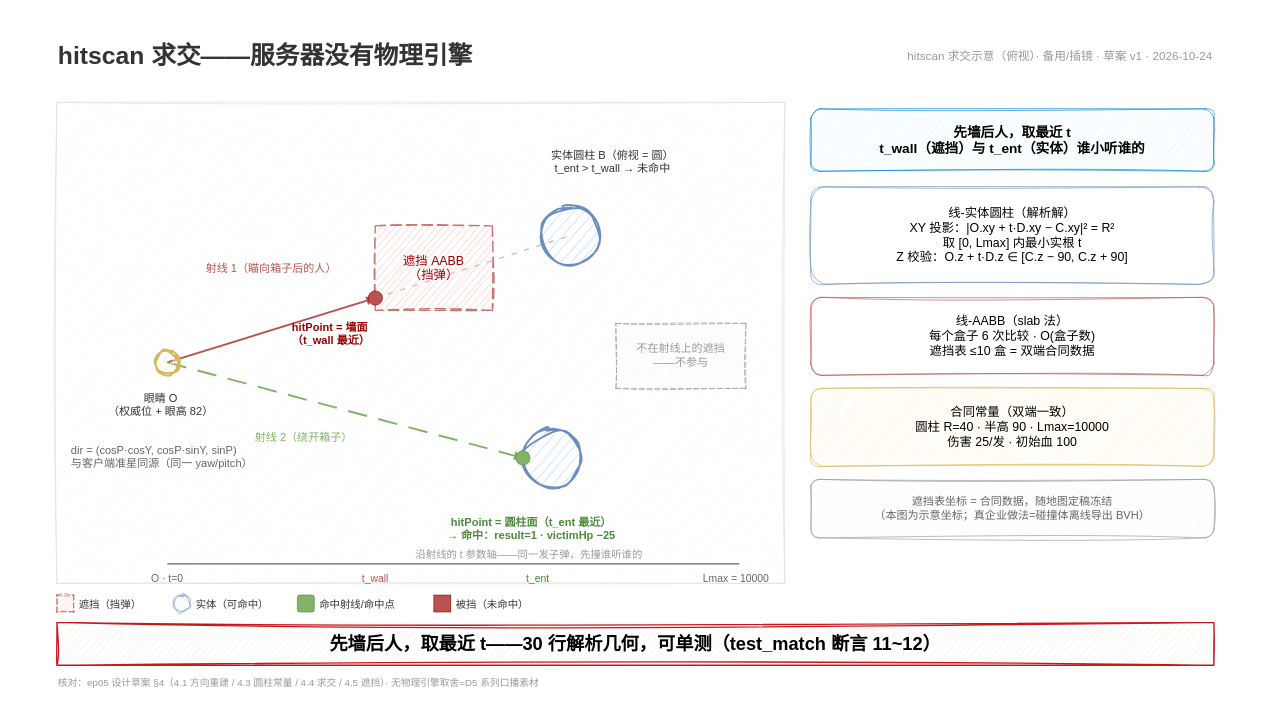
Earlier version of the draw.io diagram docs/episodes/ep05/hitscan_math.drawio (x-PiXiu/Sightline). Source tidied: cells renumbered, new cells numbered last; positions are measured from the earlier drawing's top-left corner, leaving out a move shared by most shapes. Both pictures are drawn from the tidied source at 65%, with x=0, y=0 at pixel (11, 11).
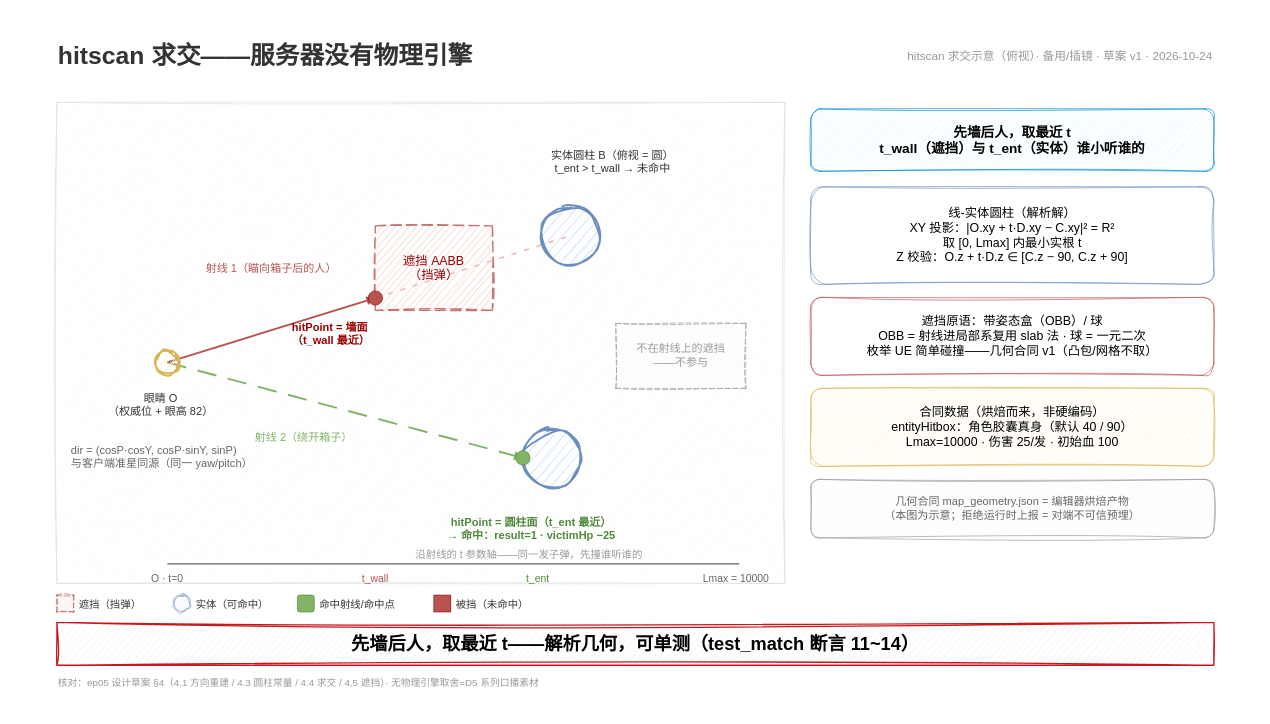
The same diagram, later.

Diff of the diagram source:
```diff
@@
-    <mxCell id="31" value="线-AABB（slab 法）&#10;每个盒子 6 次比较 · O(盒子数)&#10;遮挡表 ≤10 盒 = 双端合同数据" style="rounded=1;whiteSpace=wrap;fillColor=#ffffff;strokeColor=#b85450;fontSize=19;sketch=1;curveFitting=1;jiggle=2;" parent="1" vertex="1">
+    <mxCell id="31" value="遮挡原语：带姿态盒（OBB）/ 球&#10;OBB = 射线进局部系复用 slab 法 · 球 = 一元二次&#10;枚举 UE 简单碰撞——几何合同 v1（凸包/网格不取）" style="rounded=1;whiteSpace=wrap;fillColor=#ffffff;strokeColor=#b85450;fontSize=19;sketch=1;curveFitting=1;jiggle=2;" parent="1" vertex="1">
       <mxGeometry x="1230" y="440" width="620" height="120" as="geometry" />
     </mxCell>
-    <mxCell id="32" value="合同常量（双端一致）&#10;圆柱 R=40 · 半高 90 · Lmax=10000&#10;伤害 25/发 · 初始血 100" style="rounded=1;whiteSpace=wrap;fillColor=#fff2cc;strokeColor=#d6b656;fontSize=19;sketch=1;curveFitting=1;jiggle=2;" parent="1" vertex="1">
+    <mxCell id="32" value="合同数据（烘焙而来，非硬编码）&#10;entityHitbox：角色胶囊真身（默认 40 / 90）&#10;Lmax=10000 · 伤害 25/发 · 初始血 100" style="rounded=1;whiteSpace=wrap;fillColor=#fff2cc;strokeColor=#d6b656;fontSize=19;sketch=1;curveFitting=1;jiggle=2;" parent="1" vertex="1">
       <mxGeometry x="1230" y="580" width="620" height="120" as="geometry" />
     </mxCell>
-    <mxCell id="33" value="遮挡表坐标 = 合同数据，随地图定稿冻结&#10;（本图为示意坐标；真企业做法=碰撞体离线导出 BVH）" style="rounded=1;whiteSpace=wrap;fillColor=#f5f5f5;strokeColor=#999999;fontSize=17;fontColor=#666666;sketch=1;curveFitting=1;jiggle=2;" parent="1" vertex="1">
+    <mxCell id="33" value="几何合同 map_geometry.json = 编辑器烘焙产物&#10;（本图为示意；拒绝运行时上报 = 对端不可信预埋）" style="rounded=1;whiteSpace=wrap;fillColor=#f5f5f5;strokeColor=#999999;fontSize=17;fontColor=#666666;sketch=1;curveFitting=1;jiggle=2;" parent="1" vertex="1">
       <mxGeometry x="1230" y="720" width="620" height="90" as="geometry" />
     </mxCell>
@@
-    <mxCell id="42" value="先墙后人，取最近 t——30 行解析几何，可单测（test_match 断言 11~12）" style="rounded=0;whiteSpace=wrap;fillColor=#f7f4ee;strokeColor=#c8161d;strokeWidth=2;fontSize=28;fontStyle=1;align=center;spacing=10;sketch=1;curveFitting=1;jiggle=2;" parent="1" vertex="1">
+    <mxCell id="42" value="先墙后人，取最近 t——解析几何，可单测（test_match 断言 11~14）" style="rounded=0;whiteSpace=wrap;fillColor=#f7f4ee;strokeColor=#c8161d;strokeWidth=2;fontSize=28;fontStyle=1;align=center;spacing=10;sketch=1;curveFitting=1;jiggle=2;" parent="1" vertex="1">
       <mxGeometry x="70" y="940" width="1780" height="66" as="geometry" />
     </mxCell>
```
